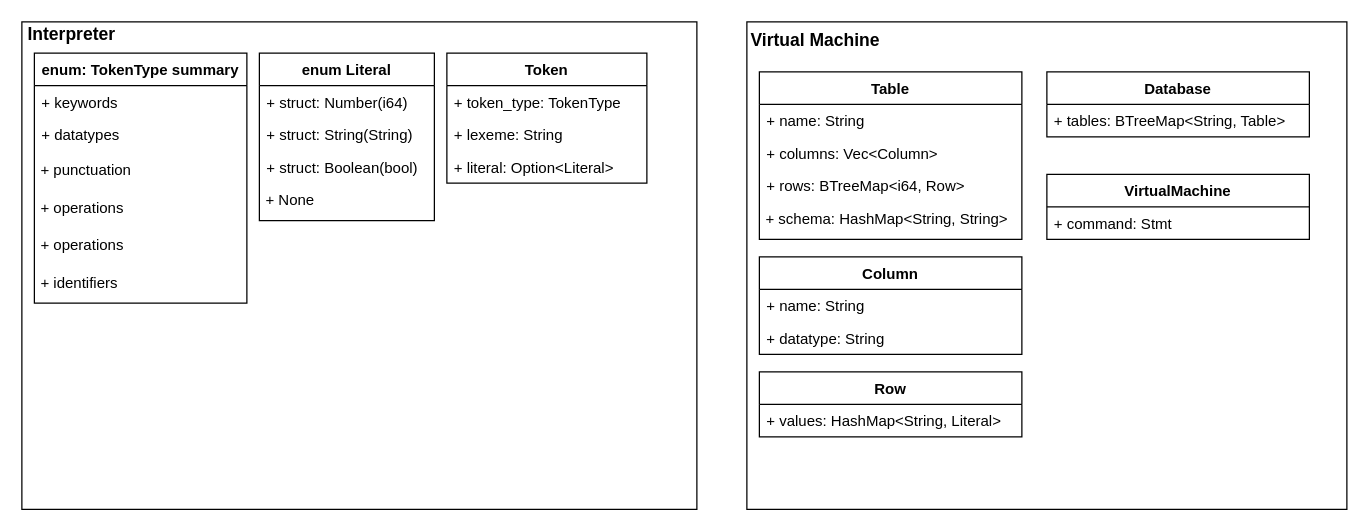
HenrydeB/Rustqlite keeps this draw.io diagram as diagrams/structs.drawio. Above is the earlier version. Source tidied: cells renumbered, new cells numbered last; positions are measured from the earlier drawing's top-left corner, leaving out a move shared by most shapes. Both pictures are drawn from the tidied source at 125%, with x=0, y=0 at pixel (21, 21).
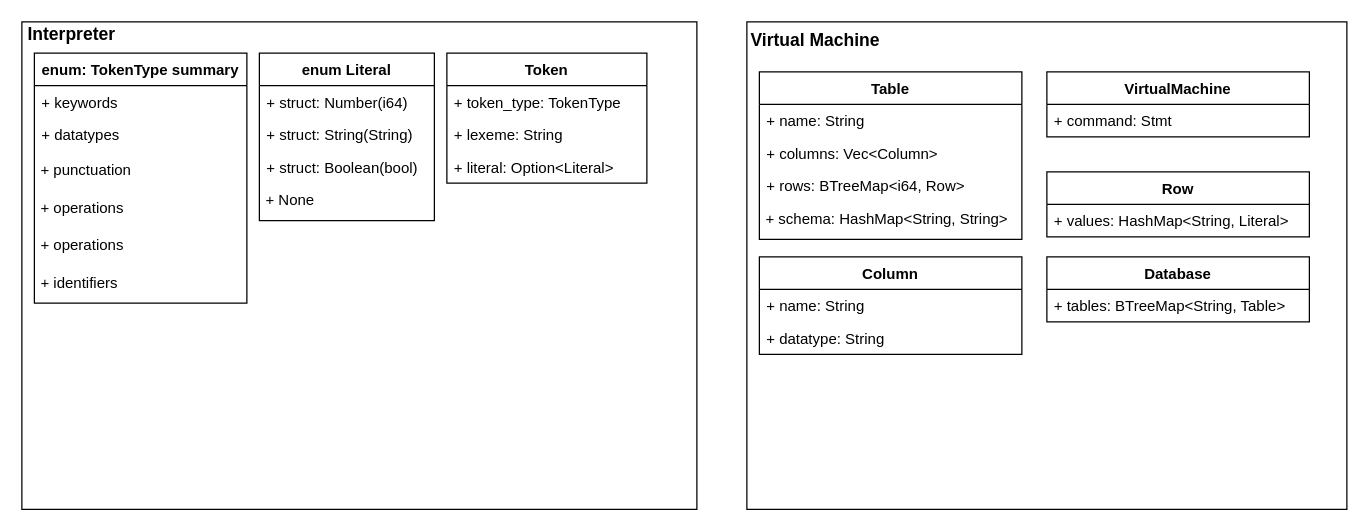
The same diagram, later.

The change refers to these unchanged cells:
```xml
<mxCell id="27" value="Table" style="swimlane;fontStyle=1;horizontal=1;startSize=26;fillColor=none;" parent="1" vertex="1">
  <mxGeometry x="590" y="40" width="210" height="134" as="geometry" />
</mxCell>
```

What changed in the source:
```diff
@@
     <mxCell id="22" value="Row" style="swimlane;fontStyle=1;horizontal=1;startSize=26;fillColor=none;" parent="1" vertex="1">
-      <mxGeometry x="590" y="280" width="210" height="52" as="geometry" />
+      <mxGeometry x="820" y="120" width="210" height="52" as="geometry" />
     </mxCell>
@@
-    <mxCell id="29" value="+ columns: Vec&lt;Column&gt;" style="text;strokeColor=none;fillColor=none;align=left;verticalAlign=top;spacingLeft=4;spacingRight=4;overflow=hidden;" parent="27" vertex="1">
+    <mxCell id="29" value="+ columns: Vec&lt;Column&gt;" style="text;strokeColor=none;fillColor=none;align=left;verticalAlign=top;spacingLeft=4;spacingRight=4;overflow=hidden;fontStyle=0;" parent="27" vertex="1">
       <mxGeometry y="52" width="210" height="26" as="geometry" />
     </mxCell>
@@
     <mxCell id="32" value="Database" style="swimlane;fontStyle=1;horizontal=1;startSize=26;fillColor=none;" parent="1" vertex="1">
-      <mxGeometry x="820" y="40" width="210" height="52" as="geometry" />
+      <mxGeometry x="820" y="188" width="210" height="52" as="geometry" />
     </mxCell>
@@
     <mxCell id="34" value="VirtualMachine" style="swimlane;fontStyle=1;horizontal=1;startSize=26;fillColor=none;" parent="1" vertex="1">
-      <mxGeometry x="820" y="122" width="210" height="52" as="geometry" />
+      <mxGeometry x="820" y="40" width="210" height="52" as="geometry" />
     </mxCell>
```
